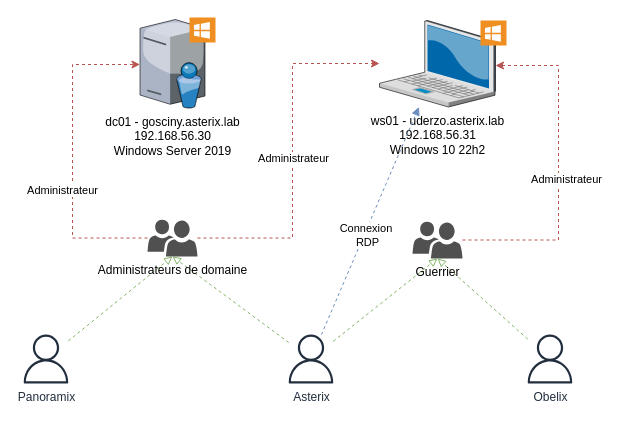
Earlier version of the draw.io diagram page "MINILAB" (3 of 4) of docs/diagram.drawio (Orange-Cyberdefense/GOAD). Source tidied: cells renumbered, new cells numbered last; positions are measured from the earlier drawing's top-left corner, leaving out a move shared by most shapes. Both pictures are drawn from the tidied source at 100%, with x=0, y=0 at pixel (21, 17).
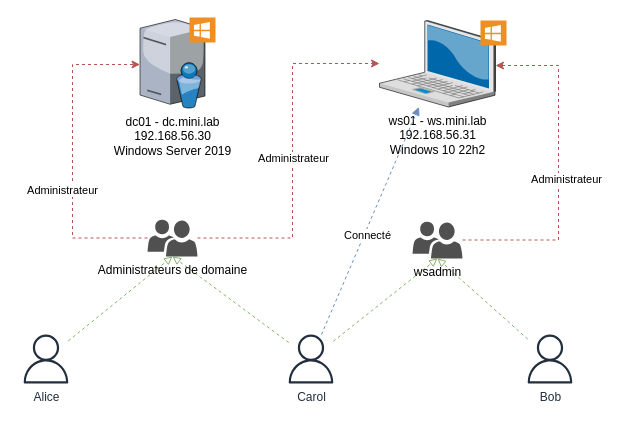
The same page after the edit.

Unchanged cells that the change refers to:
```xml
<mxCell id="8" style="edgeStyle=none;rounded=0;jettySize=auto;html=1;dashed=1;endArrow=block;endFill=1;fillColor=#dae8fc;strokeColor=#6c8ebf;" parent="1" edge="1" source="10" target="3">
  <mxGeometry relative="1" as="geometry" />
</mxCell>
```

Change to the diagram source:
```diff
@@
-    <mxCell id="2" value="dc01 - gosciny.asterix.lab&lt;br&gt;192.168.56.30&lt;br&gt;Windows Server 2019" style="verticalLabelPosition=bottom;html=1;verticalAlign=top;strokeColor=none;align=center;outlineConnect=0;shape=mxgraph.citrix.directory_server;" parent="1" vertex="1">
+    <mxCell id="2" value="dc01 - dc.mini.lab&lt;br&gt;192.168.56.30&lt;br&gt;Windows Server 2019" style="verticalLabelPosition=bottom;html=1;verticalAlign=top;strokeColor=none;align=center;outlineConnect=0;shape=mxgraph.citrix.directory_server;" parent="1" vertex="1">
       <mxGeometry x="118.5" y="2" width="65" height="88.5" as="geometry" />
     </mxCell>
-    <mxCell id="3" value="ws01 - uderzo.asterix.lab&lt;br&gt;192.168.56.31&lt;br&gt;Windows 10 22h2" style="verticalLabelPosition=bottom;html=1;verticalAlign=top;strokeColor=none;align=center;outlineConnect=0;shape=mxgraph.citrix.laptop_2;" parent="1" vertex="1">
+    <mxCell id="3" value="ws01 - ws.mini.lab&lt;br&gt;192.168.56.31&lt;br&gt;Windows 10 22h2" style="verticalLabelPosition=bottom;html=1;verticalAlign=top;strokeColor=none;align=center;outlineConnect=0;shape=mxgraph.citrix.laptop_2;" parent="1" vertex="1">
       <mxGeometry x="358" y="3" width="116" height="86.5" as="geometry" />
     </mxCell>
@@
-    <mxCell id="5" value="Panoramix" style="outlineConnect=0;fontColor=#232F3E;gradientColor=none;fillColor=#232F3E;strokeColor=none;dashed=0;verticalLabelPosition=bottom;verticalAlign=top;align=center;html=1;fontSize=12;fontStyle=0;shape=mxgraph.aws4.user;" parent="1" vertex="1">
+    <mxCell id="5" value="Alice" style="outlineConnect=0;fontColor=#232F3E;gradientColor=none;fillColor=#232F3E;strokeColor=none;dashed=0;verticalLabelPosition=bottom;verticalAlign=top;align=center;html=1;fontSize=12;fontStyle=0;shape=mxgraph.aws4.user;" parent="1" vertex="1">
       <mxGeometry y="317" width="49" height="49" as="geometry" />
     </mxCell>
@@
-    <mxCell id="9" value="Connexion&amp;nbsp;&lt;br&gt;RDP" style="edgeLabel;html=1;align=center;verticalAlign=middle;" parent="8" vertex="1">
+    <mxCell id="9" value="Connecté" style="edgeLabel;html=1;align=center;verticalAlign=middle;" parent="8" vertex="1">
       <mxGeometry x="-0.12" y="-3" relative="1" as="geometry" />
     </mxCell>
-    <mxCell id="10" value="Asterix" style="outlineConnect=0;fontColor=#232F3E;gradientColor=none;fillColor=#232F3E;strokeColor=none;dashed=0;verticalLabelPosition=bottom;verticalAlign=top;align=center;html=1;fontSize=12;fontStyle=0;shape=mxgraph.aws4.user;" parent="1" vertex="1">
+    <mxCell id="10" value="Carol" style="outlineConnect=0;fontColor=#232F3E;gradientColor=none;fillColor=#232F3E;strokeColor=none;dashed=0;verticalLabelPosition=bottom;verticalAlign=top;align=center;html=1;fontSize=12;fontStyle=0;shape=mxgraph.aws4.user;" parent="1" vertex="1">
       <mxGeometry x="265" y="317" width="49" height="49" as="geometry" />
     </mxCell>
@@
-    <mxCell id="12" value="Obelix" style="outlineConnect=0;fontColor=#232F3E;gradientColor=none;fillColor=#232F3E;strokeColor=none;dashed=0;verticalLabelPosition=bottom;verticalAlign=top;align=center;html=1;fontSize=12;fontStyle=0;shape=mxgraph.aws4.user;" parent="1" vertex="1">
+    <mxCell id="12" value="Bob" style="outlineConnect=0;fontColor=#232F3E;gradientColor=none;fillColor=#232F3E;strokeColor=none;dashed=0;verticalLabelPosition=bottom;verticalAlign=top;align=center;html=1;fontSize=12;fontStyle=0;shape=mxgraph.aws4.user;" parent="1" vertex="1">
       <mxGeometry x="504" y="317" width="49" height="49" as="geometry" />
     </mxCell>
@@
-    <mxCell id="15" value="Guerrier" style="shadow=0;dashed=0;html=1;strokeColor=none;labelPosition=center;verticalLabelPosition=bottom;verticalAlign=top;align=center;fillColor=#505050;shape=mxgraph.mscae.intune.user_group;" parent="1" vertex="1">
+    <mxCell id="15" value="wsadmin" style="shadow=0;dashed=0;html=1;strokeColor=none;labelPosition=center;verticalLabelPosition=bottom;verticalAlign=top;align=center;fillColor=#505050;shape=mxgraph.mscae.intune.user_group;" parent="1" vertex="1">
       <mxGeometry x="391" y="204" width="50" height="37" as="geometry" />
     </mxCell>
```
